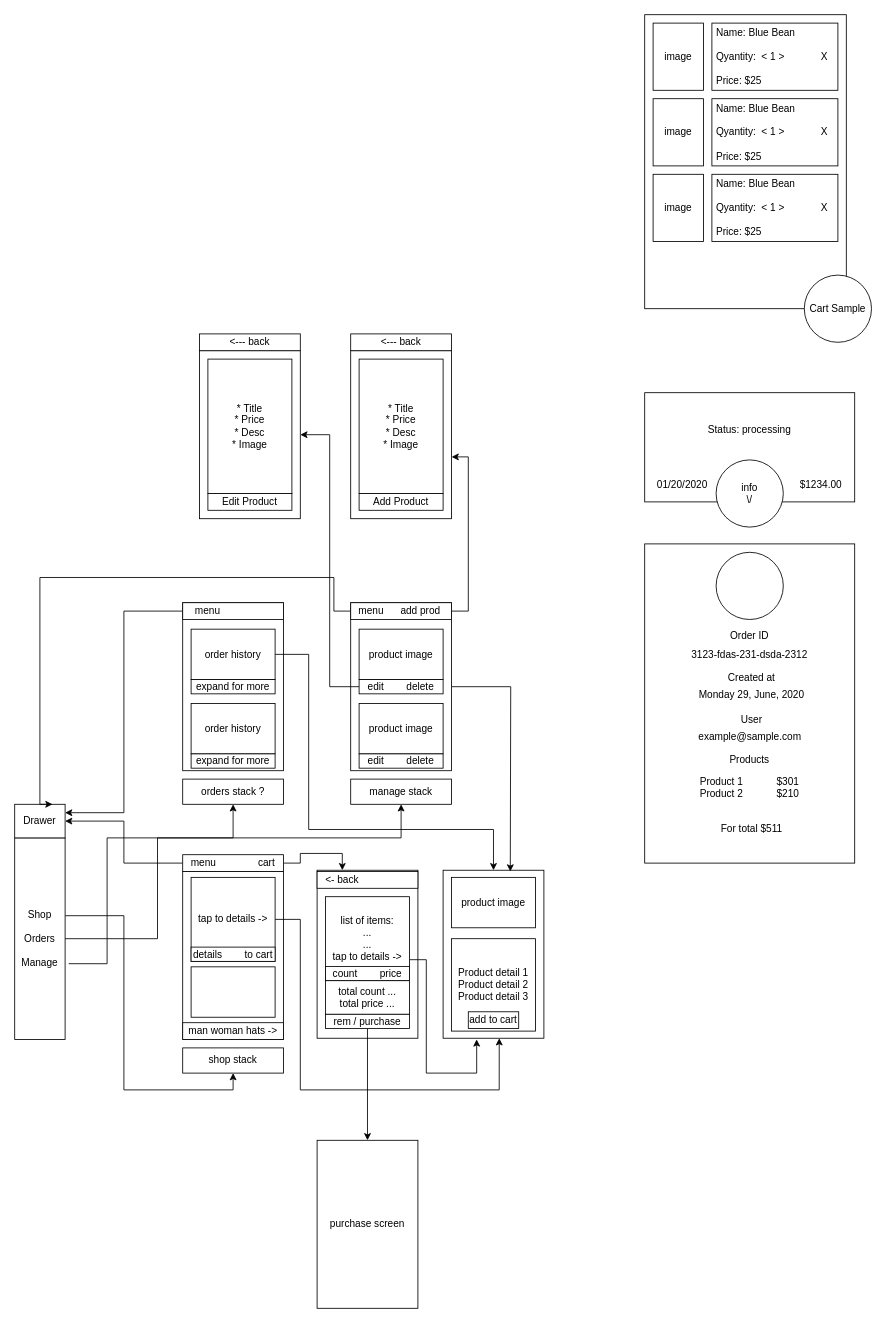
Above: navigation.drawio in Tamplier2911/CrownClothingNative (draw.io), before the change. Source tidied: cells renumbered, new cells numbered last; positions are measured from the earlier drawing's top-left corner, leaving out a move shared by most shapes. Both pictures are drawn from the tidied source at 84%, with x=0, y=0 at pixel (14, 14).
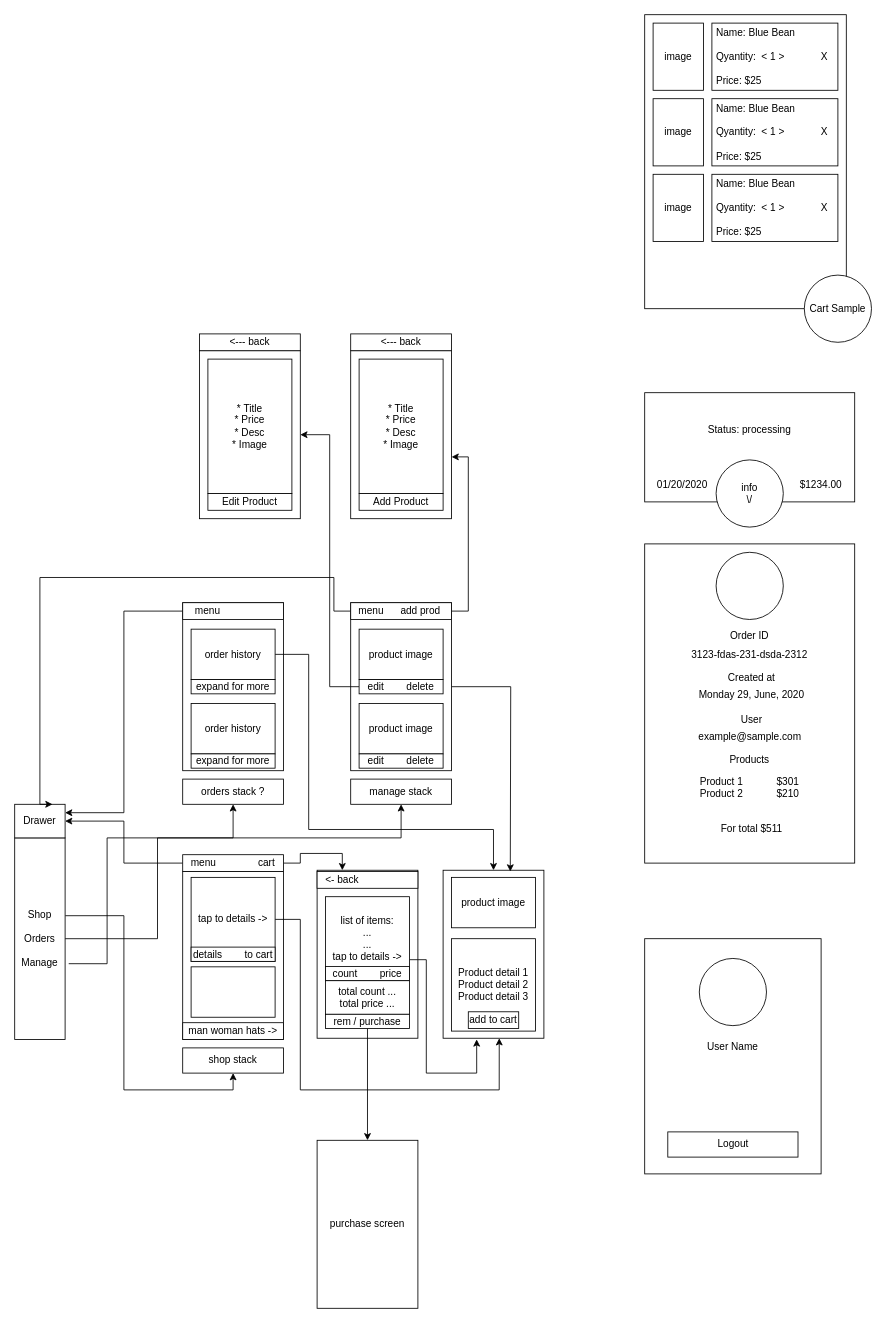
The same diagram, later.

Diff of the diagram source:
```diff
@@
+    <mxCell id="83" style="rounded=0;whiteSpace=wrap;html=1;" parent="1" vertex="1">
+      <mxGeometry x="750" y="1100" width="210" height="280" as="geometry" />
+    </mxCell>
+    <mxCell id="84" style="ellipse;whiteSpace=wrap;html=1;" parent="1" vertex="1">
+      <mxGeometry x="815" y="1123.5" width="80" height="80" as="geometry" />
+    </mxCell>
+    <mxCell id="85" value="User Name" style="text;html=1;strokeColor=none;fillColor=none;align=center;verticalAlign=middle;whiteSpace=wrap;rounded=0;" parent="1" vertex="1">
+      <mxGeometry x="785" y="1218.5" width="140" height="20" as="geometry" />
+    </mxCell>
+    <mxCell id="86" value="Logout" style="rounded=0;whiteSpace=wrap;html=1;" parent="1" vertex="1">
+      <mxGeometry x="777.5" y="1330" width="155" height="30" as="geometry" />
+    </mxCell>
```
